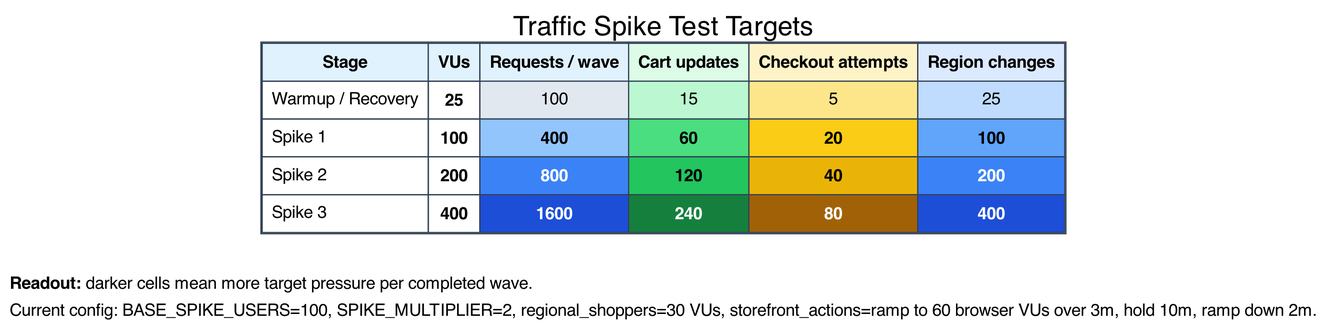
The Graphviz diagram docs/graphviz/traffic-spike-target-heatmap.png in orenlion1/ensemble-retail, before a commit. Its source is kept beside it as docs/graphviz/traffic-spike-target-heatmap.dot.
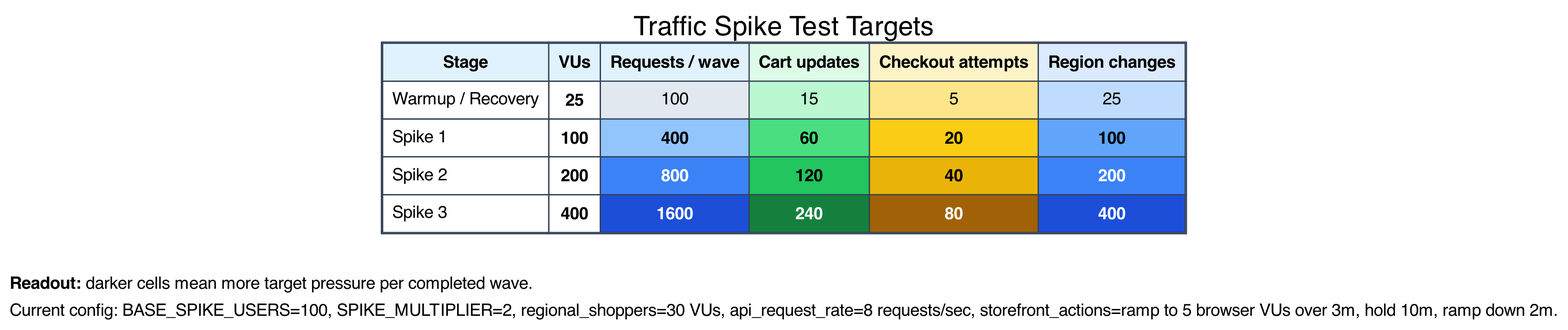
After the change.

What changed in the source:
```diff
@@ -16,7 +16,7 @@
   target_note [label=<
     <TABLE BORDER="0" CELLBORDER="0" CELLSPACING="0" CELLPADDING="4">
       <TR><TD ALIGN="LEFT"><B>Readout:</B> darker cells mean more target pressure per completed wave.</TD></TR>
-      <TR><TD ALIGN="LEFT">Current config: BASE_SPIKE_USERS=100, SPIKE_MULTIPLIER=2, regional_shoppers=30 VUs, storefront_actions=ramp to 60 browser VUs over 3m, hold 10m, ramp down 2m.</TD></TR>
+      <TR><TD ALIGN="LEFT">Current config: BASE_SPIKE_USERS=100, SPIKE_MULTIPLIER=2, regional_shoppers=30 VUs, api_request_rate=8 requests/sec, storefront_actions=ramp to 5 browser VUs over 3m, hold 10m, ramp down 2m.</TD></TR>
     </TABLE>
   >];
 
```
